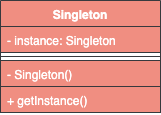
The draw.io diagram docs/drawio/Singleton.png in CodePoem/VDesignPatterns, before a commit. Source tidied: cells renumbered, new cells last; positions are measured from the earlier drawing's top-left corner, leaving out a move shared by most shapes. The source it was exported from:
```xml
<mxGraphModel>
  <root>
    <mxCell id="0" />
    <mxCell id="1" parent="0" />
    <mxCell id="2" value="Singleton" style="swimlane;fontStyle=1;align=center;verticalAlign=top;horizontal=1;startSize=26;fillColor=#F08E81;strokeColor=#36393d;labelBackgroundColor=none;fontColor=#FFFFFF;" parent="1" vertex="1">
      <mxGeometry width="160" height="112" as="geometry" />
    </mxCell>
    <mxCell id="3" value="- instance: Singleton" style="text;strokeColor=#36393d;fillColor=#F08E81;align=left;verticalAlign=top;spacingLeft=4;spacingRight=4;overflow=hidden;labelBackgroundColor=none;fontColor=#FFFFFF;" parent="2" vertex="1">
      <mxGeometry y="26" width="160" height="26" as="geometry" />
    </mxCell>
    <mxCell id="4" style="line;strokeWidth=1;fillColor=#F08E81;align=left;verticalAlign=middle;spacingTop=-1;spacingLeft=3;spacingRight=3;labelPosition=right;strokeColor=#36393d;labelBackgroundColor=none;fontColor=#FFFFFF;" parent="2" vertex="1">
      <mxGeometry y="52" width="160" height="8" as="geometry" />
    </mxCell>
    <mxCell id="5" value="- Singleton()" style="text;strokeColor=#36393d;fillColor=#F08E81;align=left;verticalAlign=top;spacingLeft=4;spacingRight=4;overflow=hidden;labelBackgroundColor=none;fontColor=#FFFFFF;" parent="2" vertex="1">
      <mxGeometry y="60" width="160" height="26" as="geometry" />
    </mxCell>
    <mxCell id="6" value="+ getInstance()" style="text;strokeColor=#36393d;fillColor=#F08E81;align=left;verticalAlign=top;spacingLeft=4;spacingRight=4;overflow=hidden;labelBackgroundColor=none;fontColor=#FFFFFF;" parent="2" vertex="1">
      <mxGeometry y="86" width="160" height="26" as="geometry" />
    </mxCell>
  </root>
</mxGraphModel>
```
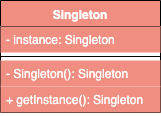
The same file after the commit.

What changed in the source:
```diff
@@ -2,20 +2,20 @@
   <root>
     <mxCell id="0" />
     <mxCell id="1" parent="0" />
-    <mxCell id="2" value="Singleton" style="swimlane;fontStyle=1;align=center;verticalAlign=top;horizontal=1;startSize=26;fillColor=#F08E81;strokeColor=#36393d;labelBackgroundColor=none;fontColor=#FFFFFF;" parent="1" vertex="1">
+    <mxCell id="2" value="Singleton" style="swimlane;fontStyle=1;align=center;verticalAlign=top;horizontal=1;startSize=26;strokeColor=#000000;fillColor=#F08E81;fontColor=#FFFFFF;" parent="1" vertex="1">
       <mxGeometry width="160" height="112" as="geometry" />
     </mxCell>
-    <mxCell id="3" value="- instance: Singleton" style="text;strokeColor=#36393d;fillColor=#F08E81;align=left;verticalAlign=top;spacingLeft=4;spacingRight=4;overflow=hidden;labelBackgroundColor=none;fontColor=#FFFFFF;" parent="2" vertex="1">
+    <mxCell id="3" value="- instance: Singleton" style="text;strokeColor=none;fillColor=#F08E81;align=left;verticalAlign=top;spacingLeft=4;spacingRight=4;overflow=hidden;fontColor=#FFFFFF;" parent="2" vertex="1">
       <mxGeometry y="26" width="160" height="26" as="geometry" />
     </mxCell>
-    <mxCell id="4" style="line;strokeWidth=1;fillColor=#F08E81;align=left;verticalAlign=middle;spacingTop=-1;spacingLeft=3;spacingRight=3;labelPosition=right;strokeColor=#36393d;labelBackgroundColor=none;fontColor=#FFFFFF;" parent="2" vertex="1">
-      <mxGeometry y="52" width="160" height="8" as="geometry" />
-    </mxCell>
-    <mxCell id="5" value="- Singleton()" style="text;strokeColor=#36393d;fillColor=#F08E81;align=left;verticalAlign=top;spacingLeft=4;spacingRight=4;overflow=hidden;labelBackgroundColor=none;fontColor=#FFFFFF;" parent="2" vertex="1">
-      <mxGeometry y="60" width="160" height="26" as="geometry" />
-    </mxCell>
-    <mxCell id="6" value="+ getInstance()" style="text;strokeColor=#36393d;fillColor=#F08E81;align=left;verticalAlign=top;spacingLeft=4;spacingRight=4;overflow=hidden;labelBackgroundColor=none;fontColor=#FFFFFF;" parent="2" vertex="1">
-      <mxGeometry y="86" width="160" height="26" as="geometry" />
-    </mxCell>
+    <mxCell id="7" style="line;strokeWidth=1;fillColor=#F08E81;align=left;verticalAlign=middle;spacingTop=-1;spacingLeft=3;spacingRight=3;labelPosition=right;fontColor=#FFFFFF;" parent="2" vertex="1">
+      <mxGeometry y="52" width="160" height="8" as="geometry" />
+    </mxCell>
+    <mxCell id="8" value="- Singleton(): Singleton" style="text;strokeColor=none;fillColor=#F08E81;align=left;verticalAlign=top;spacingLeft=4;spacingRight=4;overflow=hidden;fontColor=#FFFFFF;" parent="2" vertex="1">
+      <mxGeometry y="60" width="160" height="26" as="geometry" />
+    </mxCell>
+    <mxCell id="9" value="+ getInstance(): Singleton" style="text;strokeColor=none;fillColor=#F08E81;align=left;verticalAlign=top;spacingLeft=4;spacingRight=4;overflow=hidden;fontColor=#FFFFFF;" parent="2" vertex="1">
+      <mxGeometry y="86" width="160" height="26" as="geometry" />
+    </mxCell>
   </root>
 </mxGraphModel>
```
